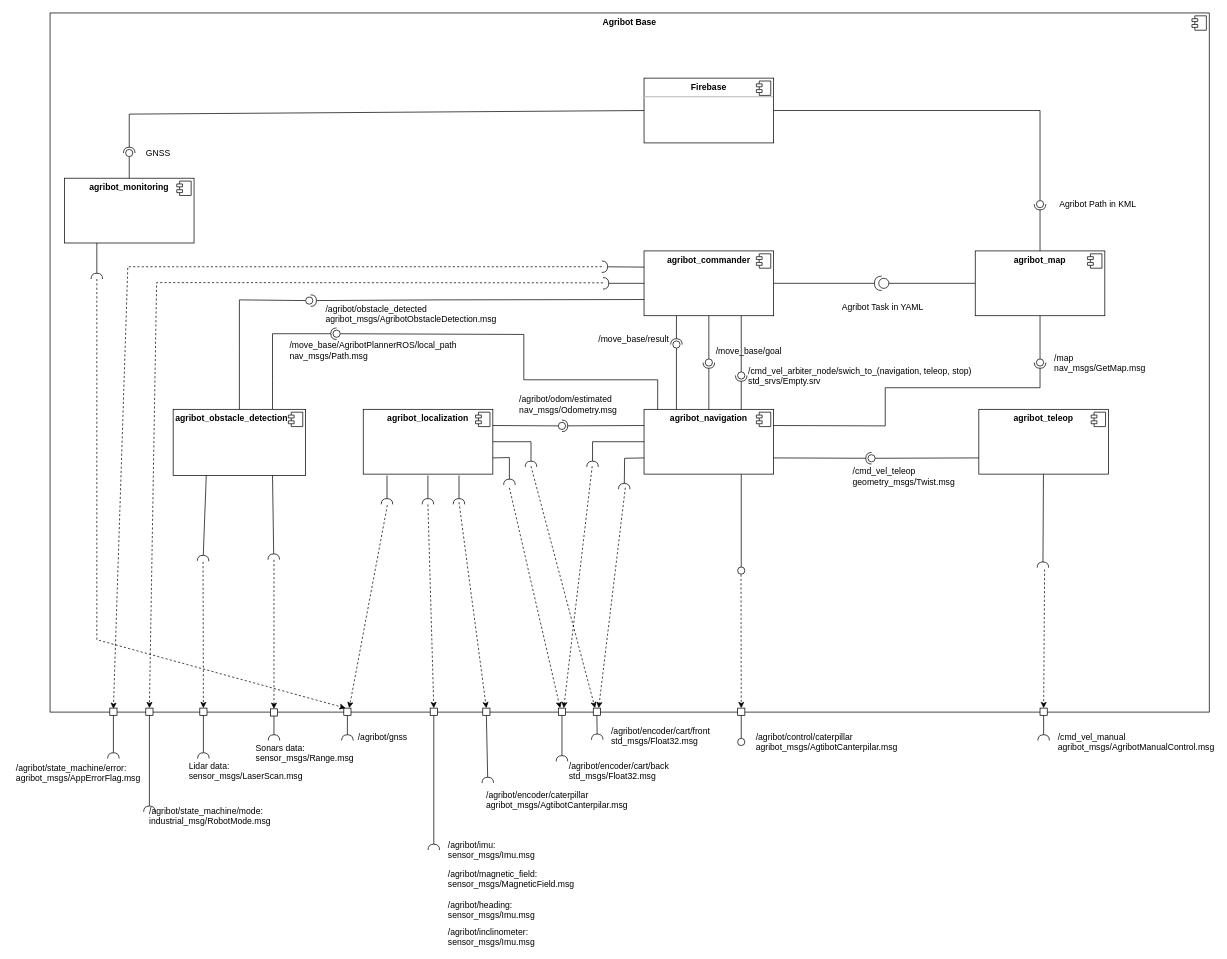
The draw.io diagram doc/architecture.drawio in agribot-2-0/agribot_base, before the edit. Source tidied: cells renumbered, new cells numbered last; positions are measured from the earlier drawing's top-left corner, leaving out a move shared by most shapes. Both pictures are drawn from the tidied source at 72%, with x=0, y=0 at pixel (12, 12).
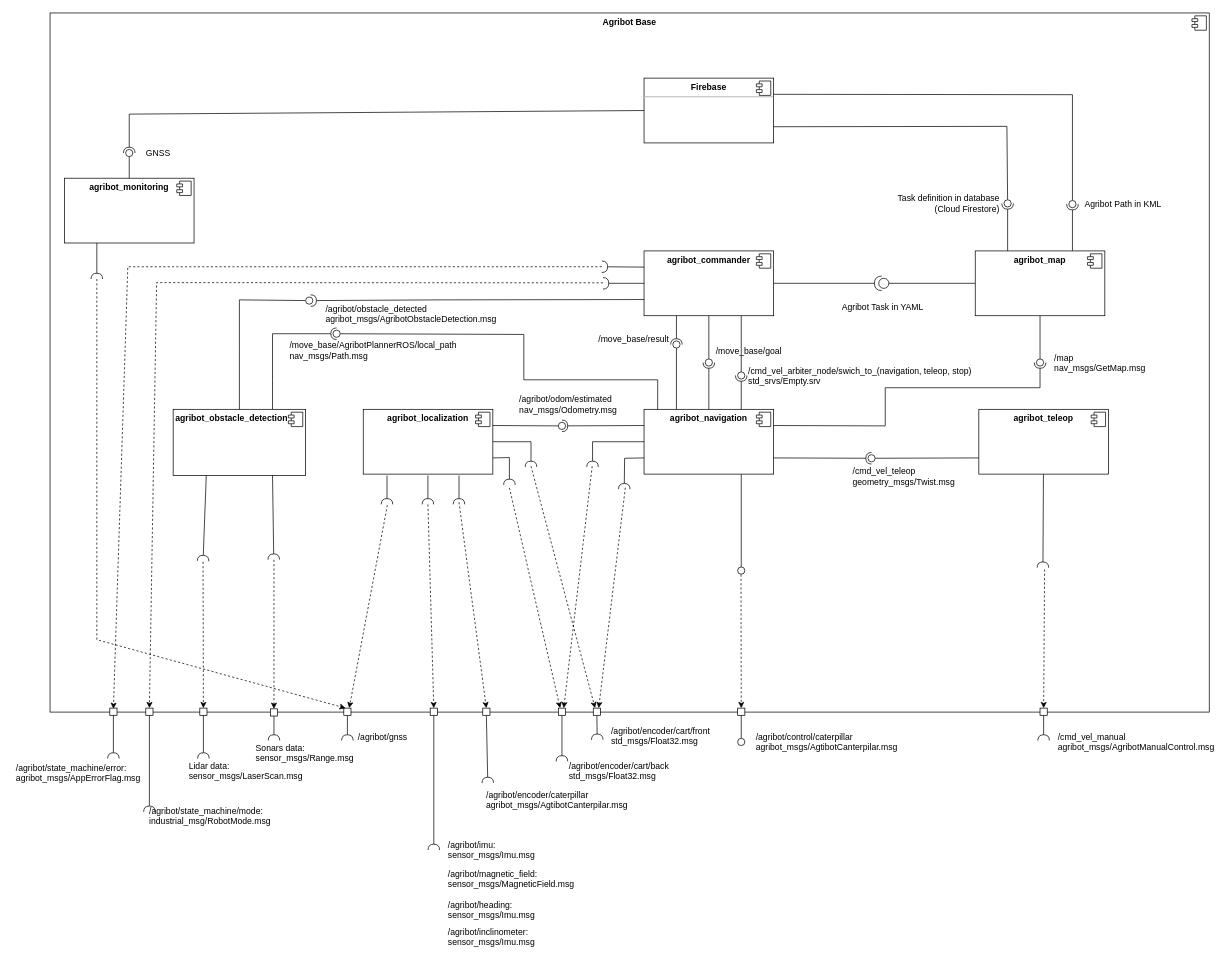
The same diagram, later.

Commit message (it also covers changes not shown here):
Add interface to agribot_map

The change refers to these unchanged cells:
```xml
<mxCell id="14" value="&lt;p style=&quot;margin: 0px ; margin-top: 6px ; text-align: center&quot;&gt;&lt;b&gt;Firebase&lt;/b&gt;&lt;/p&gt;&lt;hr&gt;&lt;p style=&quot;margin: 0px ; margin-left: 8px&quot;&gt;&lt;br&gt;&lt;/p&gt;" style="align=left;overflow=fill;html=1;" parent="1" vertex="1">
  <mxGeometry x="877" y="91" width="180" height="90" as="geometry" />
</mxCell>
<mxCell id="16" value="&lt;p style=&quot;margin: 0px ; margin-top: 6px ; text-align: center&quot;&gt;&lt;b&gt;agribot_map&lt;/b&gt;&lt;/p&gt;" style="align=left;overflow=fill;html=1;" parent="1" vertex="1">
  <mxGeometry x="1337" y="331" width="180" height="90" as="geometry" />
</mxCell>
```

The edit, as a diff of the source:
```diff
@@
-    <mxCell id="11" style="rounded=0;jettySize=auto;html=1;endArrow=none;endFill=0;exitX=1;exitY=0.5;exitDx=0;exitDy=0;" parent="1" edge="1" source="14" target="13">
+    <mxCell id="11" style="rounded=0;jettySize=auto;html=1;endArrow=none;endFill=0;exitX=1;exitY=0.25;exitDx=0;exitDy=0;" parent="1" edge="1" source="14" target="13">
       <mxGeometry relative="1" as="geometry">
         <Array as="points">
-          <mxPoint x="1427" y="136" />
+          <mxPoint x="1472" y="114" />
         </Array>
       </mxGeometry>
     </mxCell>
-    <mxCell id="12" style="rounded=0;jettySize=auto;html=1;endArrow=halfCircle;endFill=0;entryX=0.5;entryY=0.5;entryDx=0;entryDy=0;endSize=6;strokeWidth=1;exitX=0.5;exitY=0;exitDx=0;exitDy=0;" parent="1" edge="1" source="16" target="13">
+    <mxCell id="12" style="rounded=0;jettySize=auto;html=1;endArrow=halfCircle;endFill=0;entryX=0.5;entryY=0.5;entryDx=0;entryDy=0;endSize=6;strokeWidth=1;exitX=0.75;exitY=0;exitDx=0;exitDy=0;" parent="1" edge="1" source="16" target="13">
       <mxGeometry relative="1" as="geometry" />
     </mxCell>
     <mxCell id="13" style="ellipse;whiteSpace=wrap;html=1;fontFamily=Helvetica;fontSize=12;fontColor=#000000;align=center;strokeColor=#000000;fillColor=#ffffff;points=[];" parent="1" vertex="1">
-      <mxGeometry x="1422" y="261" width="10" height="10" as="geometry" />
+      <mxGeometry x="1467" y="261" width="10" height="10" as="geometry" />
     </mxCell>
@@
     <mxCell id="18" value="Agribot Path in KML" style="text;html=1;align=center;verticalAlign=middle;" parent="1" vertex="1">
-      <mxGeometry x="1447" y="256" width="120" height="20" as="geometry" />
+      <mxGeometry x="1482" y="256" width="120" height="20" as="geometry" />
     </mxCell>
@@
+    <mxCell id="130" style="rounded=0;jettySize=auto;html=1;endArrow=none;endFill=0;exitX=1;exitY=0.75;exitDx=0;exitDy=0;" parent="1" edge="1" source="14" target="132">
+      <mxGeometry relative="1" as="geometry">
+        <Array as="points">
+          <mxPoint x="1381" y="158" />
+        </Array>
+      </mxGeometry>
+    </mxCell>
+    <mxCell id="131" style="rounded=0;jettySize=auto;html=1;endArrow=halfCircle;endFill=0;entryX=0.5;entryY=0.5;entryDx=0;entryDy=0;endSize=6;strokeWidth=1;exitX=0.25;exitY=0;exitDx=0;exitDy=0;" parent="1" edge="1" source="16" target="132">
+      <mxGeometry relative="1" as="geometry" />
+    </mxCell>
+    <mxCell id="132" style="ellipse;whiteSpace=wrap;html=1;fontFamily=Helvetica;fontSize=12;fontColor=#000000;align=center;strokeColor=#000000;fillColor=#ffffff;points=[];" parent="1" vertex="1">
+      <mxGeometry x="1377" y="260" width="10" height="10" as="geometry" />
+    </mxCell>
+    <mxCell id="133" value="&lt;div&gt;&lt;span&gt;Task definition in database&lt;/span&gt;&lt;/div&gt;&lt;div&gt;&lt;span&gt;(Cloud Firestore)&lt;/span&gt;&lt;/div&gt;" style="text;html=1;align=right;verticalAlign=middle;" parent="1" vertex="1">
+      <mxGeometry x="1212" y="250" width="160" height="30" as="geometry" />
+    </mxCell>
```
